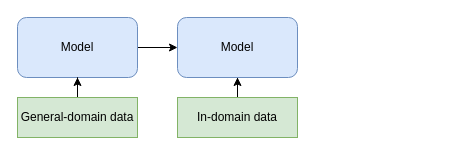
This is finetune.drawio from babangain/drawio, a draw.io file, before an edit. Source tidied: cells renumbered, new cells numbered last; positions are measured from the earlier drawing's top-left corner, leaving out a move shared by most shapes. Both pictures are drawn from the tidied source at 100%, with x=0, y=0 at pixel (17, 17).
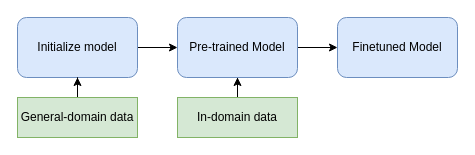
The same page after the edit.

Change to the diagram source:
```diff
@@
 <mxGraphModel>
   <root>
     <mxCell id="0" />
     <mxCell id="1" parent="0" />
     <mxCell id="2" style="edgeStyle=orthogonalEdgeStyle;rounded=0;jettySize=auto;html=1;" parent="1" edge="1" source="3" target="8">
       <mxGeometry relative="1" as="geometry" />
     </mxCell>
-    <mxCell id="3" value="Model" style="rounded=1;whiteSpace=wrap;html=1;fillColor=#dae8fc;strokeColor=#6c8ebf;" parent="1" vertex="1">
+    <mxCell id="3" value="Initialize model" style="rounded=1;whiteSpace=wrap;html=1;fillColor=#dae8fc;strokeColor=#6c8ebf;" parent="1" vertex="1">
       <mxGeometry width="120" height="60" as="geometry" />
     </mxCell>
     <mxCell id="4" style="edgeStyle=orthogonalEdgeStyle;rounded=0;jettySize=auto;html=1;" parent="1" edge="1" source="5" target="3">
       <mxGeometry relative="1" as="geometry" />
     </mxCell>
     <mxCell id="5" value="General-domain data" style="rounded=0;whiteSpace=wrap;html=1;fillColor=#d5e8d4;strokeColor=#82b366;" parent="1" vertex="1">
       <mxGeometry y="80" width="120" height="40" as="geometry" />
     </mxCell>
     <mxCell id="6" style="edgeStyle=orthogonalEdgeStyle;rounded=0;jettySize=auto;html=1;" parent="1" edge="1" source="7" target="8">
       <mxGeometry relative="1" as="geometry" />
     </mxCell>
     <mxCell id="7" value="In-domain data" style="rounded=0;whiteSpace=wrap;html=1;fillColor=#d5e8d4;strokeColor=#82b366;" parent="1" vertex="1">
       <mxGeometry x="160" y="80" width="120" height="40" as="geometry" />
     </mxCell>
+    <mxCell id="9" style="edgeStyle=orthogonalEdgeStyle;rounded=0;jettySize=auto;html=1;" parent="1" edge="1" source="8" target="10">
+      <mxGeometry relative="1" as="geometry" />
+    </mxCell>
-    <mxCell id="8" value="Model" style="rounded=1;whiteSpace=wrap;html=1;fillColor=#dae8fc;strokeColor=#6c8ebf;" parent="1" vertex="1">
+    <mxCell id="8" value="Pre-trained Model" style="rounded=1;whiteSpace=wrap;html=1;fillColor=#dae8fc;strokeColor=#6c8ebf;" parent="1" vertex="1">
       <mxGeometry x="160" width="120" height="60" as="geometry" />
     </mxCell>
+    <mxCell id="10" value="Finetuned Model" style="whiteSpace=wrap;html=1;fillColor=#dae8fc;strokeColor=#6c8ebf;rounded=1;" parent="1" vertex="1">
+      <mxGeometry x="320" width="120" height="60" as="geometry" />
+    </mxCell>
   </root>
 </mxGraphModel>
```
